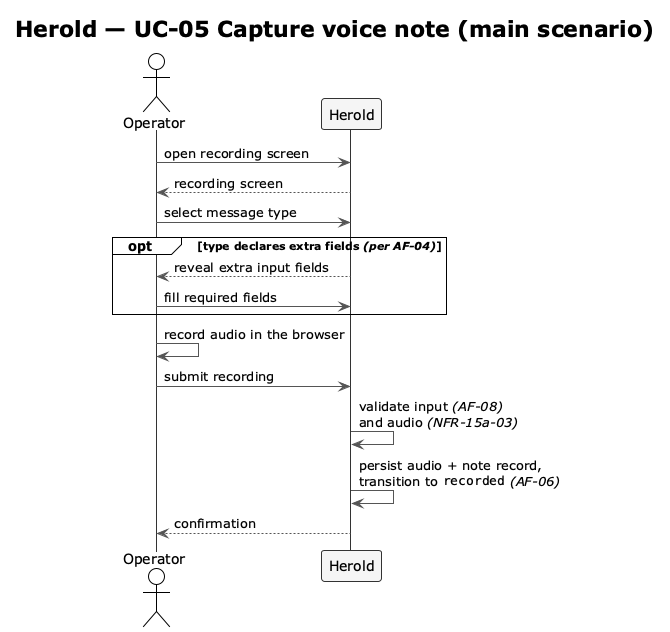
The PlantUML diagram docs/spec/diagrams-png/f2-uc05-capture-note.png in carstenlucke/herold, before a commit.
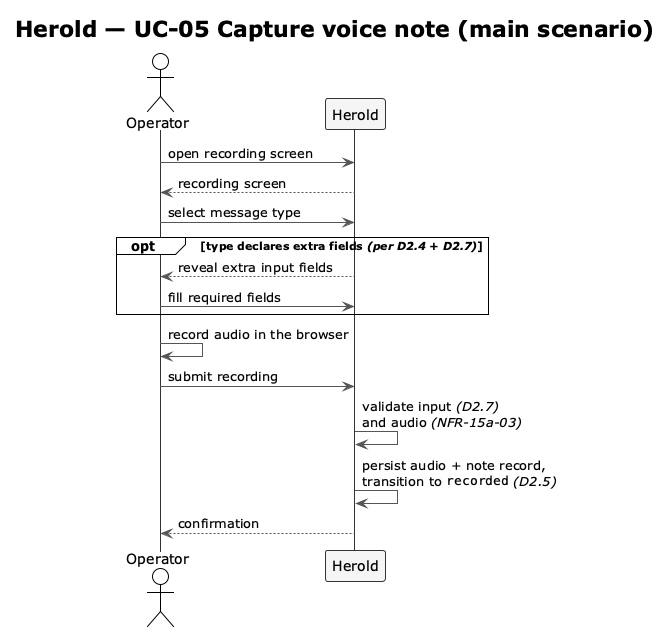
After the commit.

Diff of the diagram source:
```diff
@@ -17,15 +17,15 @@
 SYS --> OP  : recording screen
 
 OP  ->  SYS : select message type
-opt type declares extra fields //(per AF-04)//
+opt type declares extra fields //(per D2.4 + D2.7)//
   SYS --> OP  : reveal extra input fields
   OP  ->  SYS : fill required fields
 end
 
 OP  ->  OP  : record audio in the browser
 OP  ->  SYS : submit recording
-SYS ->  SYS : validate input //(AF-08)//\nand audio //(NFR-15a-03)//
-SYS ->  SYS : persist audio + note record,\ntransition to ""recorded"" //(AF-06)//
+SYS ->  SYS : validate input //(D2.7)//\nand audio //(NFR-15a-03)//
+SYS ->  SYS : persist audio + note record,\ntransition to ""recorded"" //(D2.5)//
 SYS --> OP  : confirmation
 
 @enduml
```
